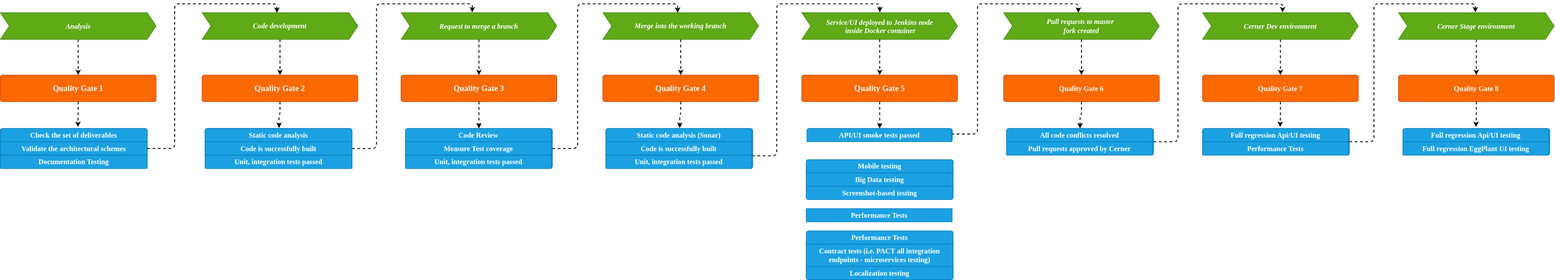
Before: Quality Gates.svg, a diagram exported from draw.io (MiKi82/Quality-Gates). Source tidied: cells renumbered, new cells last; positions are measured from the earlier drawing's top-left corner, leaving out a move shared by most shapes.
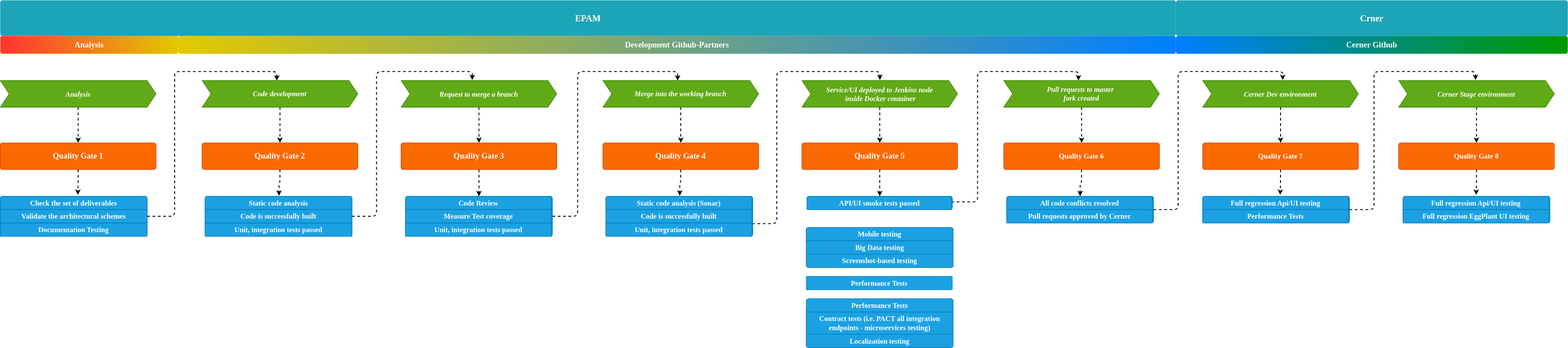
The same file after the commit.

The edit, as a diff of the source:
```diff
@@ -330,5 +330,20 @@
     <mxCell id="87" style="edgeStyle=none;rounded=0;orthogonalLoop=1;jettySize=auto;html=1;exitX=0;exitY=0;exitDx=0;exitDy=0;fontColor=#FFFFFF;" parent="83" edge="1" source="85" target="85">
       <mxGeometry relative="1" as="geometry" />
     </mxCell>
+    <mxCell id="88" value="&lt;font face=&quot;Georgia&quot; style=&quot;font-size: 18px&quot;&gt;&lt;b&gt;Analysis&lt;/b&gt;&lt;/font&gt;" style="html=1;shadow=0;dashed=0;shape=mxgraph.bootstrap.rrect;rSize=5;strokeWidth=1;fillColor=#e3c800;fontColor=#ffffff;whiteSpace=wrap;align=center;verticalAlign=middle;spacingLeft=0;fontStyle=0;fontSize=16;spacing=5;labelBackgroundColor=none;strokeColor=#E8E23A;gradientDirection=west;gradientColor=#FF3333;" parent="1" vertex="1">
+      <mxGeometry y="-100" width="400" height="40" as="geometry" />
+    </mxCell>
+    <mxCell id="89" value="&lt;font face=&quot;Georgia&quot; style=&quot;font-size: 20px&quot;&gt;&lt;b&gt;EPAM&lt;/b&gt;&lt;/font&gt;" style="html=1;shadow=0;dashed=0;shape=mxgraph.bootstrap.rrect;rSize=5;strokeColor=none;strokeWidth=1;fillColor=#1CA5B8;fontColor=#FFFFFF;whiteSpace=wrap;align=center;verticalAlign=middle;spacingLeft=0;fontStyle=0;fontSize=16;spacing=5;labelBackgroundColor=none;" parent="1" vertex="1">
+      <mxGeometry y="-180" width="2640" height="80" as="geometry" />
+    </mxCell>
+    <mxCell id="90" value="&lt;font face=&quot;Georgia&quot; style=&quot;font-size: 20px&quot; color=&quot;#ffffff&quot;&gt;&lt;b&gt;Crner&lt;/b&gt;&lt;/font&gt;" style="html=1;shadow=0;dashed=0;shape=mxgraph.bootstrap.rrect;rSize=5;strokeWidth=1;whiteSpace=wrap;align=center;verticalAlign=middle;spacingLeft=0;fontStyle=0;fontSize=16;spacing=5;labelBackgroundColor=none;gradientDirection=east;strokeColor=none;fillColor=#1CA5B8;" parent="1" vertex="1">
+      <mxGeometry x="2640" y="-180" width="880" height="80" as="geometry" />
+    </mxCell>
+    <mxCell id="91" value="&lt;font face=&quot;Georgia&quot; style=&quot;font-size: 18px&quot; color=&quot;#ffffff&quot;&gt;&lt;b&gt;Development Github-Partners&lt;/b&gt;&lt;/font&gt;" style="html=1;shadow=0;dashed=0;shape=mxgraph.bootstrap.rrect;rSize=5;strokeWidth=1;fillColor=#007FFF;fontColor=#000000;whiteSpace=wrap;align=center;verticalAlign=middle;spacingLeft=0;fontStyle=0;fontSize=16;spacing=5;labelBackgroundColor=none;gradientDirection=west;gradientColor=#E3C800;strokeColor=none;" parent="1" vertex="1">
+      <mxGeometry x="400" y="-100" width="2240" height="40" as="geometry" />
+    </mxCell>
+    <mxCell id="92" value="&lt;font style=&quot;font-size: 18px&quot; face=&quot;Georgia&quot; color=&quot;#ffffff&quot;&gt;&lt;b&gt;Cerner Github&lt;/b&gt;&lt;/font&gt;" style="html=1;shadow=0;dashed=0;shape=mxgraph.bootstrap.rrect;rSize=5;strokeWidth=1;fillColor=#007FFF;fontColor=#000000;whiteSpace=wrap;align=center;verticalAlign=middle;spacingLeft=0;fontStyle=0;fontSize=16;spacing=5;labelBackgroundColor=none;gradientColor=#009900;gradientDirection=east;strokeColor=none;" parent="1" vertex="1">
+      <mxGeometry x="2640" y="-100" width="880" height="40" as="geometry" />
+    </mxCell>
   </root>
 </mxGraphModel>
```
